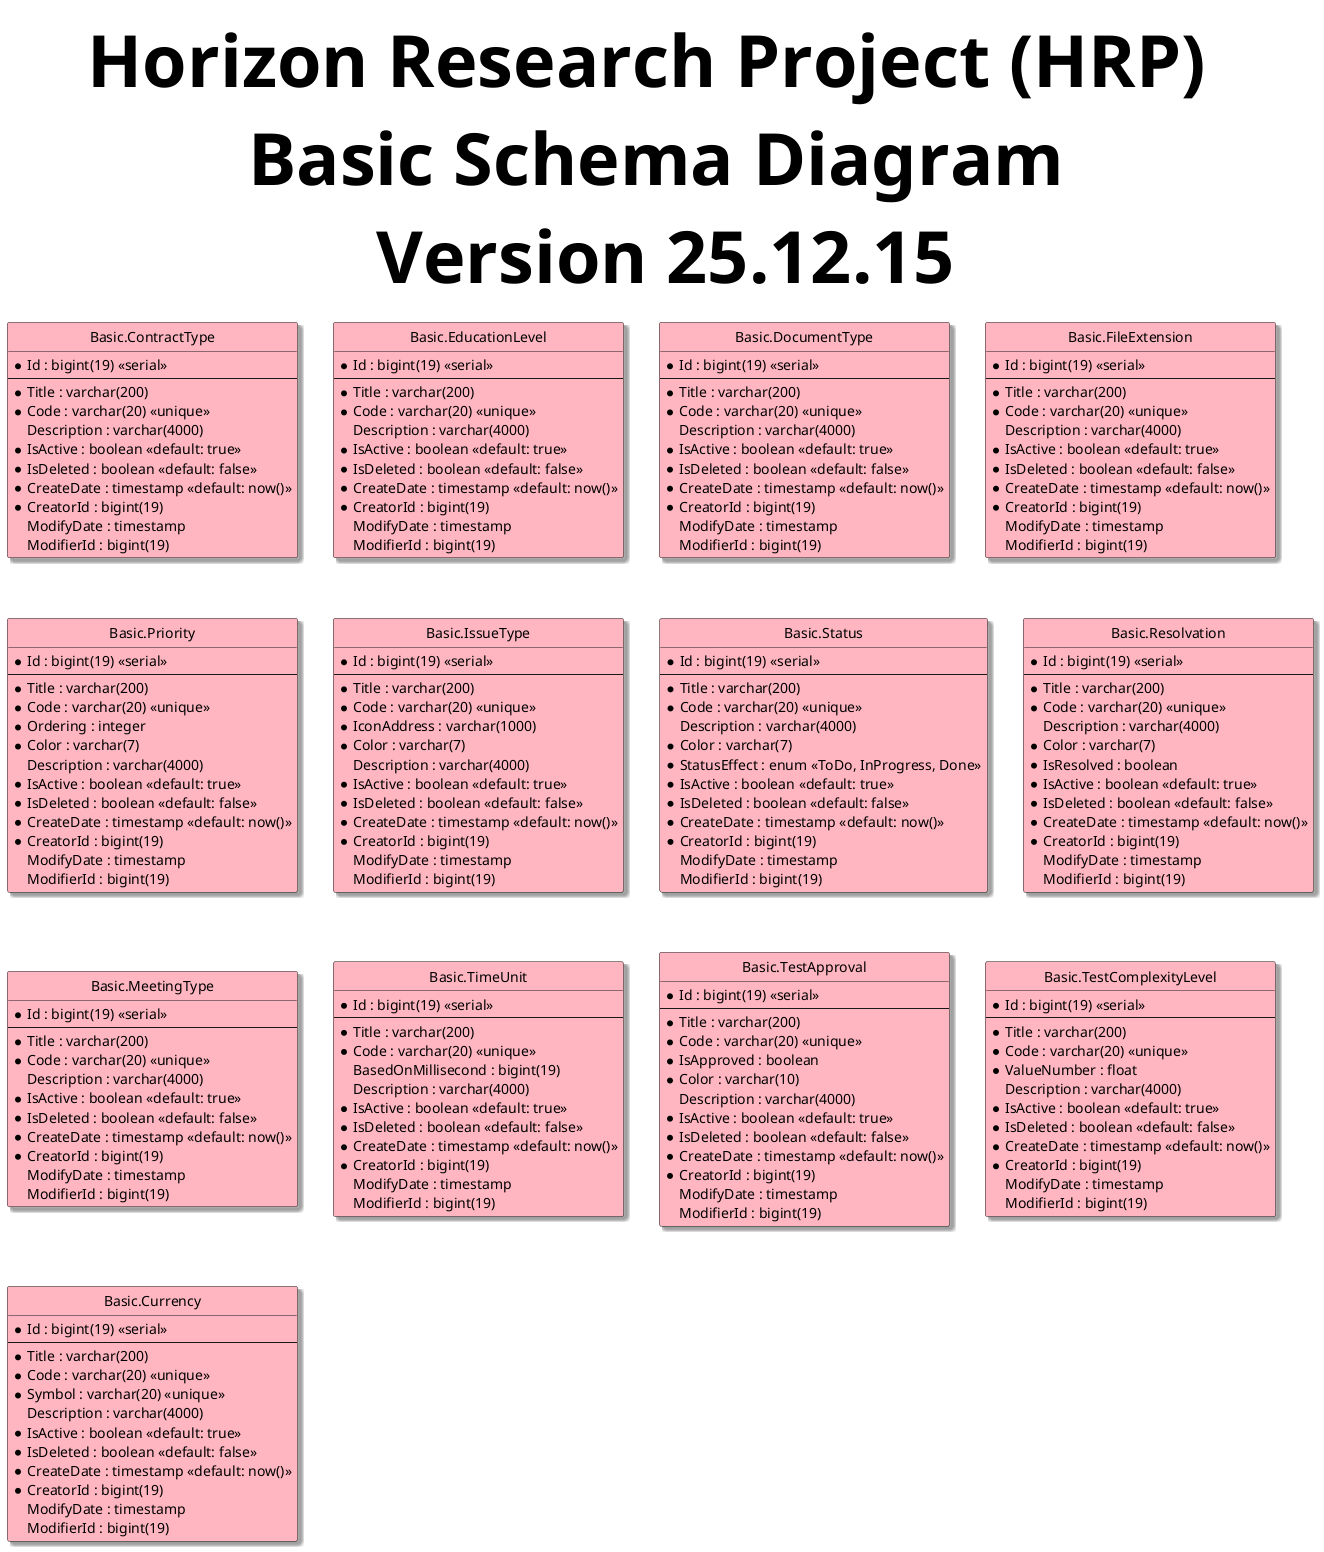
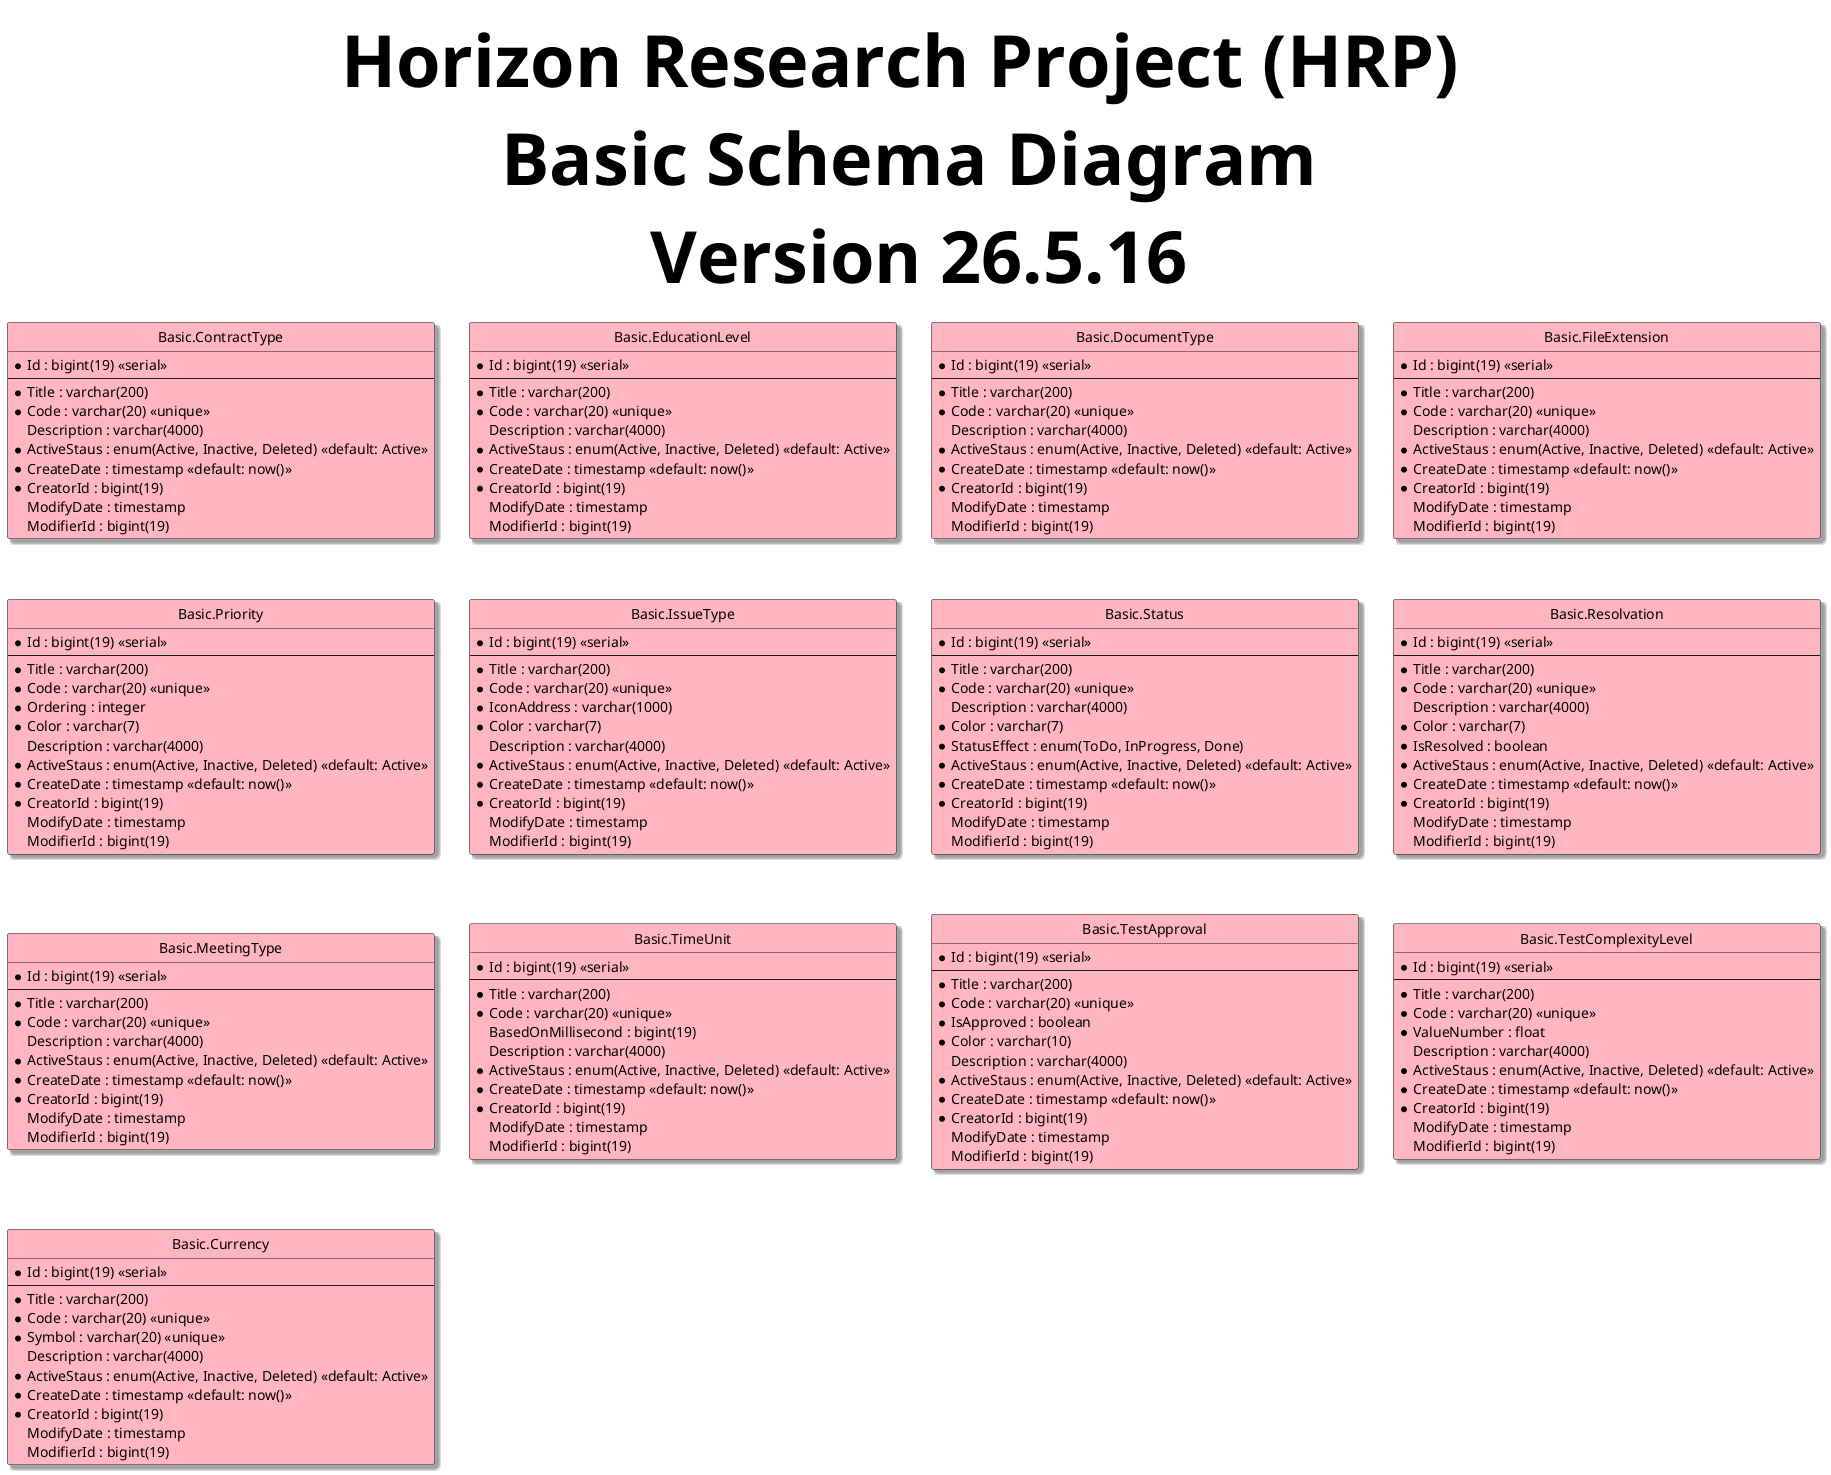
@startuml
hide circle
skinparam classBackgroundColor #Business
skinparam linetype ortho
skinparam Shadowing True
skinparam TitleFontSize 72pt

- title Horizon Research Project (HRP) \n Basic Schema Diagram \n Version 25.12.15
+ title Horizon Research Project (HRP) \n Basic Schema Diagram \n Version 26.5.16

entity "Basic.ContractType" as contractType #LightPink{
  *Id : bigint(19) <<serial>>
  --
  *Title : varchar(200)
  *Code : varchar(20) <<unique>>
  Description : varchar(4000)
-   *IsActive : boolean <<default: true>>
-   *IsDeleted : boolean <<default: false>>
+   *ActiveStaus : enum(Active, Inactive, Deleted) <<default: Active>>
  *CreateDate : timestamp <<default: now()>>
  *CreatorId : bigint(19)
  ModifyDate : timestamp
  ModifierId : bigint(19)
}

entity "Basic.EducationLevel" as educationLevel #LightPink{
  *Id : bigint(19) <<serial>>
  --
  *Title : varchar(200)
  *Code : varchar(20) <<unique>>
  Description : varchar(4000)
-   *IsActive : boolean <<default: true>>
-   *IsDeleted : boolean <<default: false>>
+   *ActiveStaus : enum(Active, Inactive, Deleted) <<default: Active>>
  *CreateDate : timestamp <<default: now()>>
  *CreatorId : bigint(19)
  ModifyDate : timestamp
  ModifierId : bigint(19)
}

entity "Basic.DocumentType" as documentType #LightPink{
  *Id : bigint(19) <<serial>>
  --
  *Title : varchar(200)
  *Code : varchar(20) <<unique>>
  Description : varchar(4000)
-   *IsActive : boolean <<default: true>>
-   *IsDeleted : boolean <<default: false>>
+   *ActiveStaus : enum(Active, Inactive, Deleted) <<default: Active>>
  *CreateDate : timestamp <<default: now()>>
  *CreatorId : bigint(19)
  ModifyDate : timestamp
  ModifierId : bigint(19)
}

entity "Basic.FileExtension" as fileExtension #LightPink{
  *Id : bigint(19) <<serial>>
  --
  *Title : varchar(200)
  *Code : varchar(20) <<unique>>
  Description : varchar(4000)
-   *IsActive : boolean <<default: true>>
-   *IsDeleted : boolean <<default: false>>
+   *ActiveStaus : enum(Active, Inactive, Deleted) <<default: Active>>
  *CreateDate : timestamp <<default: now()>>
  *CreatorId : bigint(19)
  ModifyDate : timestamp
  ModifierId : bigint(19)
}

entity "Basic.Priority" as priority #LightPink{
  *Id : bigint(19) <<serial>>
  --
  *Title : varchar(200)
  *Code : varchar(20) <<unique>>
  *Ordering : integer
  *Color : varchar(7)
  Description : varchar(4000)
-   *IsActive : boolean <<default: true>>
-   *IsDeleted : boolean <<default: false>>
+   *ActiveStaus : enum(Active, Inactive, Deleted) <<default: Active>>
  *CreateDate : timestamp <<default: now()>>
  *CreatorId : bigint(19)
  ModifyDate : timestamp
  ModifierId : bigint(19)
}

entity "Basic.IssueType" as issueType #LightPink{
  *Id : bigint(19) <<serial>>
  --
  *Title : varchar(200)
  *Code : varchar(20) <<unique>>
  *IconAddress : varchar(1000)
  *Color : varchar(7)
  Description : varchar(4000)
-   *IsActive : boolean <<default: true>>
-   *IsDeleted : boolean <<default: false>>
+   *ActiveStaus : enum(Active, Inactive, Deleted) <<default: Active>>
  *CreateDate : timestamp <<default: now()>>
  *CreatorId : bigint(19)
  ModifyDate : timestamp
  ModifierId : bigint(19)
}

entity "Basic.Status" as status #LightPink{
  *Id : bigint(19) <<serial>>
  --
  *Title : varchar(200)
  *Code : varchar(20) <<unique>>
  Description : varchar(4000)
  *Color : varchar(7)
-   *StatusEffect : enum <<ToDo, InProgress, Done>>
-   *IsActive : boolean <<default: true>>
-   *IsDeleted : boolean <<default: false>>
+   *StatusEffect : enum(ToDo, InProgress, Done)
+   *ActiveStaus : enum(Active, Inactive, Deleted) <<default: Active>>
  *CreateDate : timestamp <<default: now()>>
  *CreatorId : bigint(19)
  ModifyDate : timestamp
  ModifierId : bigint(19)
}

entity "Basic.Resolvation" as resolvation #LightPink{
  *Id : bigint(19) <<serial>>
  --
  *Title : varchar(200)
  *Code : varchar(20) <<unique>>
  Description : varchar(4000)
  *Color : varchar(7)
  *IsResolved : boolean
-   *IsActive : boolean <<default: true>>
-   *IsDeleted : boolean <<default: false>>
+   *ActiveStaus : enum(Active, Inactive, Deleted) <<default: Active>>
  *CreateDate : timestamp <<default: now()>>
  *CreatorId : bigint(19)
  ModifyDate : timestamp
  ModifierId : bigint(19)
}

entity "Basic.MeetingType" as meetingType #LightPink{
  *Id : bigint(19) <<serial>>
  --
  *Title : varchar(200)
  *Code : varchar(20) <<unique>>
  Description : varchar(4000)
-   *IsActive : boolean <<default: true>>
-   *IsDeleted : boolean <<default: false>>
+   *ActiveStaus : enum(Active, Inactive, Deleted) <<default: Active>>
  *CreateDate : timestamp <<default: now()>>
  *CreatorId : bigint(19)
  ModifyDate : timestamp
  ModifierId : bigint(19)
}

entity "Basic.TimeUnit" as timeUnit #LightPink{
  *Id : bigint(19) <<serial>>
  --
  *Title : varchar(200)
  *Code : varchar(20) <<unique>>
  BasedOnMillisecond : bigint(19)
  Description : varchar(4000)
-   *IsActive : boolean <<default: true>>
-   *IsDeleted : boolean <<default: false>>
+   *ActiveStaus : enum(Active, Inactive, Deleted) <<default: Active>>
  *CreateDate : timestamp <<default: now()>>
  *CreatorId : bigint(19)
  ModifyDate : timestamp
  ModifierId : bigint(19)
}

entity "Basic.TestApproval" as testApproval #LightPink{
  *Id : bigint(19) <<serial>>
  --
  *Title : varchar(200)
  *Code : varchar(20) <<unique>>
  *IsApproved : boolean
  *Color : varchar(10)
  Description : varchar(4000)
-   *IsActive : boolean <<default: true>>
-   *IsDeleted : boolean <<default: false>>
+   *ActiveStaus : enum(Active, Inactive, Deleted) <<default: Active>>
  *CreateDate : timestamp <<default: now()>>
  *CreatorId : bigint(19)
  ModifyDate : timestamp
  ModifierId : bigint(19)
}

entity "Basic.TestComplexityLevel" as testComplexityLevel #LightPink{
  *Id : bigint(19) <<serial>>
  --
  *Title : varchar(200)
  *Code : varchar(20) <<unique>>
  *ValueNumber : float
  Description : varchar(4000)
-   *IsActive : boolean <<default: true>>
-   *IsDeleted : boolean <<default: false>>
+   *ActiveStaus : enum(Active, Inactive, Deleted) <<default: Active>>
  *CreateDate : timestamp <<default: now()>>
  *CreatorId : bigint(19)
  ModifyDate : timestamp
  ModifierId : bigint(19)
}

entity "Basic.Currency" as currency #LightPink{
  *Id : bigint(19) <<serial>>
  --
  *Title : varchar(200)
  *Code : varchar(20) <<unique>>
  *Symbol : varchar(20) <<unique>>
  Description : varchar(4000)
-   *IsActive : boolean <<default: true>>
-   *IsDeleted : boolean <<default: false>>
+   *ActiveStaus : enum(Active, Inactive, Deleted) <<default: Active>>
  *CreateDate : timestamp <<default: now()>>
  *CreatorId : bigint(19)
  ModifyDate : timestamp
  ModifierId : bigint(19)
}